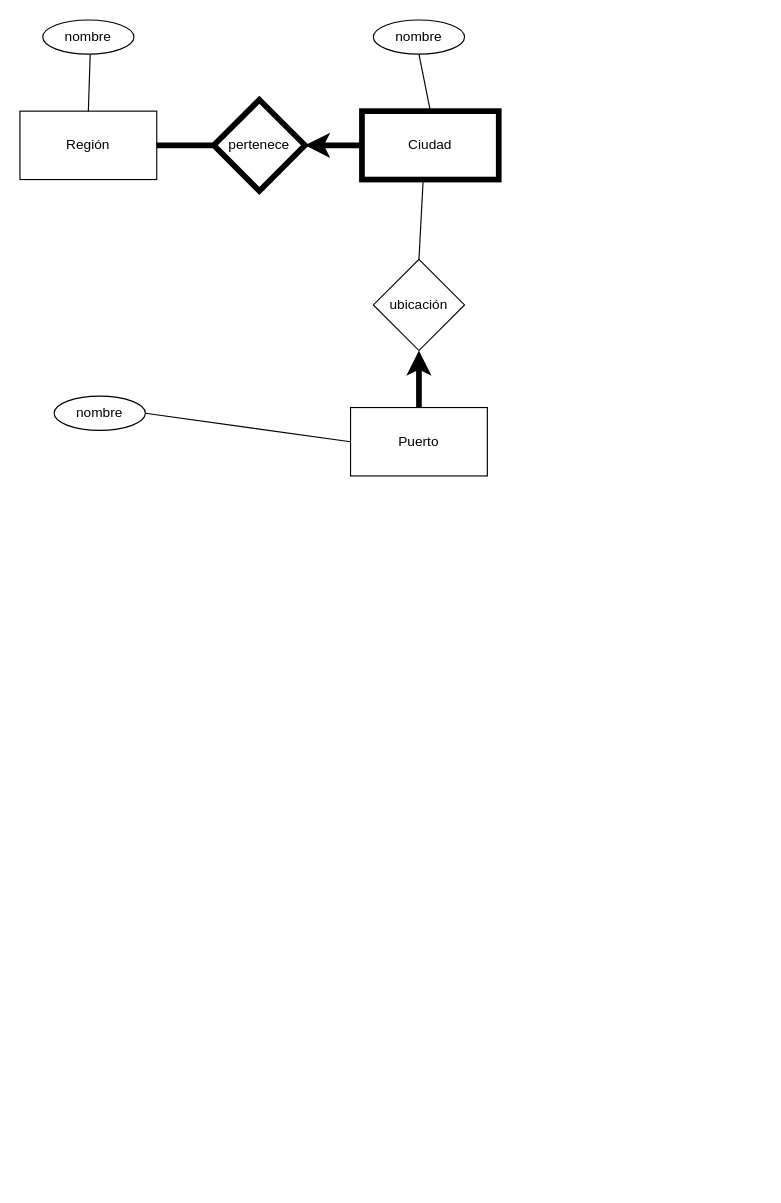
Before: Diagrama sin título.drawio in hperaltav/tareasmia, a draw.io diagram. Source tidied: cells renumbered, new cells numbered last; positions are measured from the earlier drawing's top-left corner, leaving out a move shared by most shapes. Both pictures are drawn from the tidied source at 114%, with x=0, y=0 at pixel (19, 19).
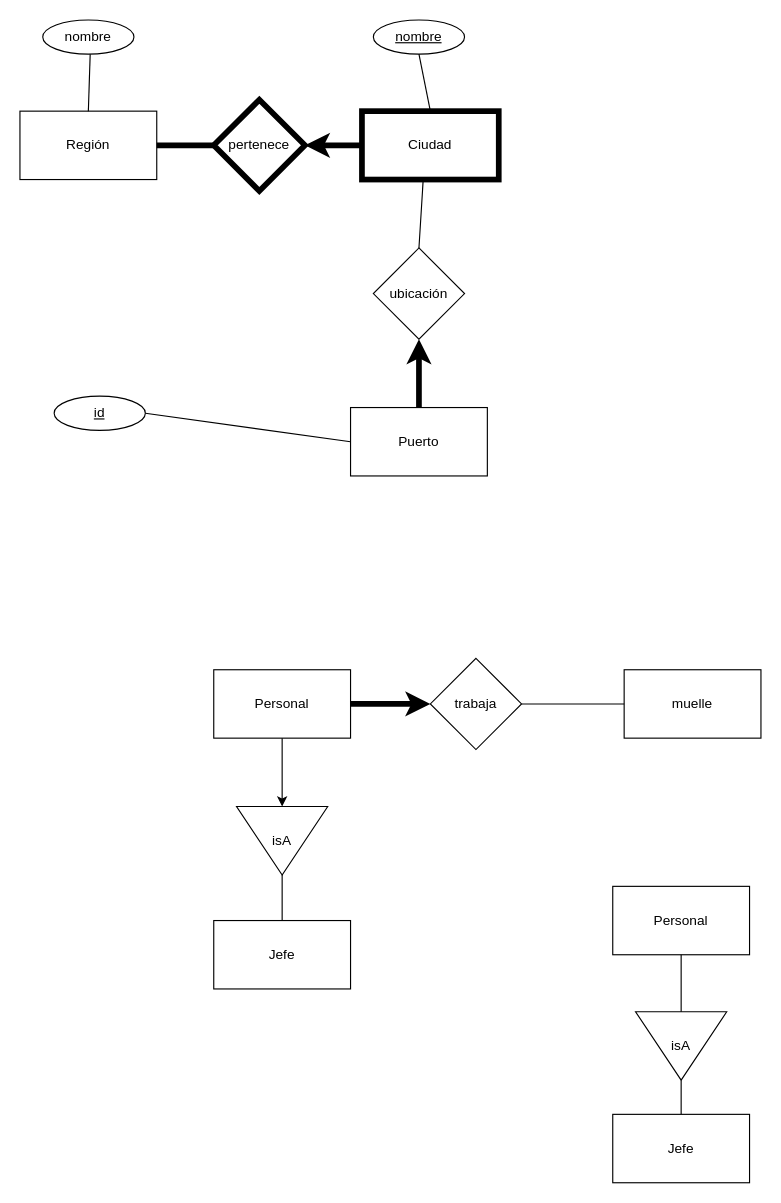
The same diagram, later.

What changed in the source:
```diff
@@
     <mxCell id="5" value="ubicación" style="rhombus;whiteSpace=wrap;html=1;" parent="1" vertex="1">
-      <mxGeometry x="310" y="210" width="80" height="80" as="geometry" />
+      <mxGeometry x="310" y="200" width="80" height="80" as="geometry" />
     </mxCell>
@@
-    <mxCell id="10" value="nombre" style="ellipse;whiteSpace=wrap;html=1;" parent="1" vertex="1">
+    <mxCell id="10" value="id" style="ellipse;whiteSpace=wrap;html=1;fontStyle=4;" parent="1" vertex="1">
       <mxGeometry x="30" y="330" width="80" height="30" as="geometry" />
     </mxCell>
-    <mxCell id="11" value="nombre" style="ellipse;whiteSpace=wrap;html=1;" parent="1" vertex="1">
+    <mxCell id="11" value="nombre" style="ellipse;whiteSpace=wrap;html=1;fontStyle=4;" parent="1" vertex="1">
       <mxGeometry x="310" width="80" height="30" as="geometry" />
     </mxCell>
@@
+    <mxCell id="17" value="Personal" style="rounded=0;whiteSpace=wrap;html=1;" parent="1" vertex="1">
+      <mxGeometry x="170" y="570" width="120" height="60" as="geometry" />
+    </mxCell>
+    <mxCell id="18" value="isA" style="triangle;whiteSpace=wrap;html=1;direction=south;" parent="1" vertex="1">
+      <mxGeometry x="190" y="690" width="80" height="60" as="geometry" />
+    </mxCell>
+    <mxCell id="19" style="endArrow=classic;html=1;rounded=0;exitX=0.5;exitY=1;exitDx=0;exitDy=0;entryX=0;entryY=0.5;entryDx=0;entryDy=0;" parent="1" edge="1" source="17" target="18">
+      <mxGeometry relative="1" as="geometry" />
+    </mxCell>
+    <mxCell id="20" style="endArrow=none;html=1;rounded=0;exitX=1;exitY=0.5;exitDx=0;exitDy=0;entryX=0.5;entryY=0;entryDx=0;entryDy=0;" parent="1" edge="1" source="18" target="21">
+      <mxGeometry relative="1" as="geometry" />
+    </mxCell>
+    <mxCell id="21" value="Jefe" style="rounded=0;whiteSpace=wrap;html=1;" parent="1" vertex="1">
+      <mxGeometry x="170" y="790" width="120" height="60" as="geometry" />
+    </mxCell>
+    <mxCell id="22" value="muelle" style="rounded=0;whiteSpace=wrap;html=1;" parent="1" vertex="1">
+      <mxGeometry x="530" y="570" width="120" height="60" as="geometry" />
+    </mxCell>
+    <mxCell id="23" value="trabaja" style="rhombus;whiteSpace=wrap;html=1;" parent="1" vertex="1">
+      <mxGeometry x="360" y="560" width="80" height="80" as="geometry" />
+    </mxCell>
+    <mxCell id="24" style="endArrow=classic;html=1;rounded=0;exitX=1;exitY=0.5;exitDx=0;exitDy=0;entryX=0;entryY=0.5;entryDx=0;entryDy=0;strokeWidth=5;" parent="1" edge="1" source="17" target="23">
+      <mxGeometry relative="1" as="geometry" />
+    </mxCell>
+    <mxCell id="25" style="endArrow=none;html=1;rounded=0;exitX=1;exitY=0.5;exitDx=0;exitDy=0;entryX=0;entryY=0.5;entryDx=0;entryDy=0;" parent="1" edge="1" source="23" target="22">
+      <mxGeometry relative="1" as="geometry" />
+    </mxCell>
+    <mxCell id="26" value="Personal" style="rounded=0;whiteSpace=wrap;html=1;" parent="1" vertex="1">
+      <mxGeometry x="520" y="760" width="120" height="60" as="geometry" />
+    </mxCell>
+    <mxCell id="27" value="isA" style="triangle;whiteSpace=wrap;html=1;direction=south;" parent="1" vertex="1">
+      <mxGeometry x="540" y="870" width="80" height="60" as="geometry" />
+    </mxCell>
+    <mxCell id="28" style="endArrow=none;html=1;rounded=0;exitX=1;exitY=0.5;exitDx=0;exitDy=0;entryX=0.5;entryY=0;entryDx=0;entryDy=0;" parent="1" edge="1" source="27" target="29">
+      <mxGeometry relative="1" as="geometry" />
+    </mxCell>
+    <mxCell id="29" value="Jefe" style="rounded=0;whiteSpace=wrap;html=1;" parent="1" vertex="1">
+      <mxGeometry x="520" y="960" width="120" height="60" as="geometry" />
+    </mxCell>
+    <mxCell id="30" style="endArrow=none;html=1;rounded=0;exitX=0;exitY=0.5;exitDx=0;exitDy=0;entryX=0.5;entryY=1;entryDx=0;entryDy=0;" parent="1" edge="1" source="27" target="26">
+      <mxGeometry relative="1" as="geometry" />
+    </mxCell>
```
